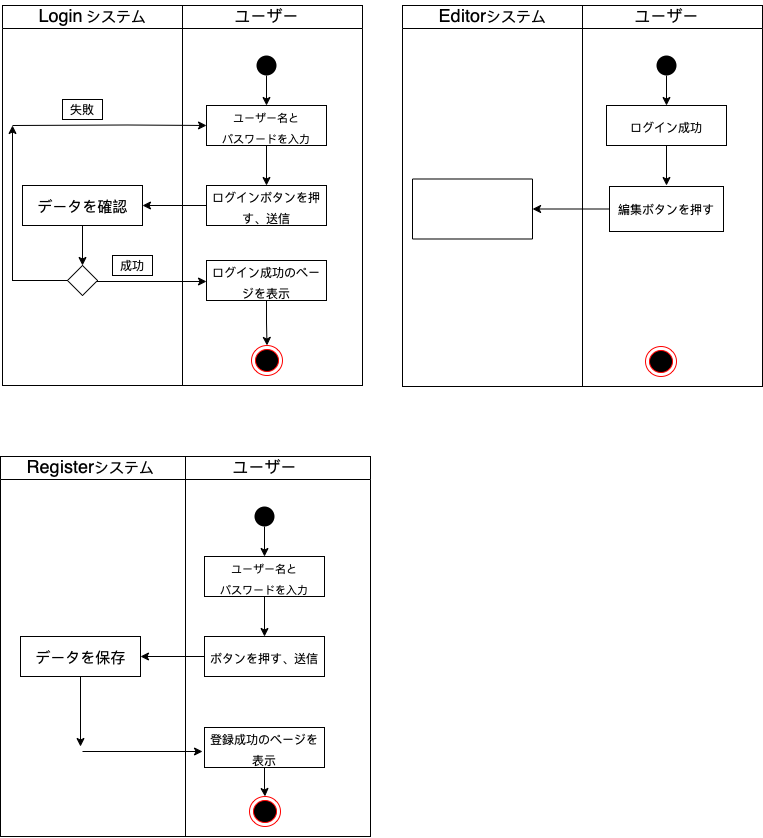
Above: activity.drawio.png in rijiuqiu/NoteBook (draw.io), before the change. Source tidied: cells renumbered, new cells last; positions are measured from the earlier drawing's top-left corner, leaving out a move shared by most shapes.
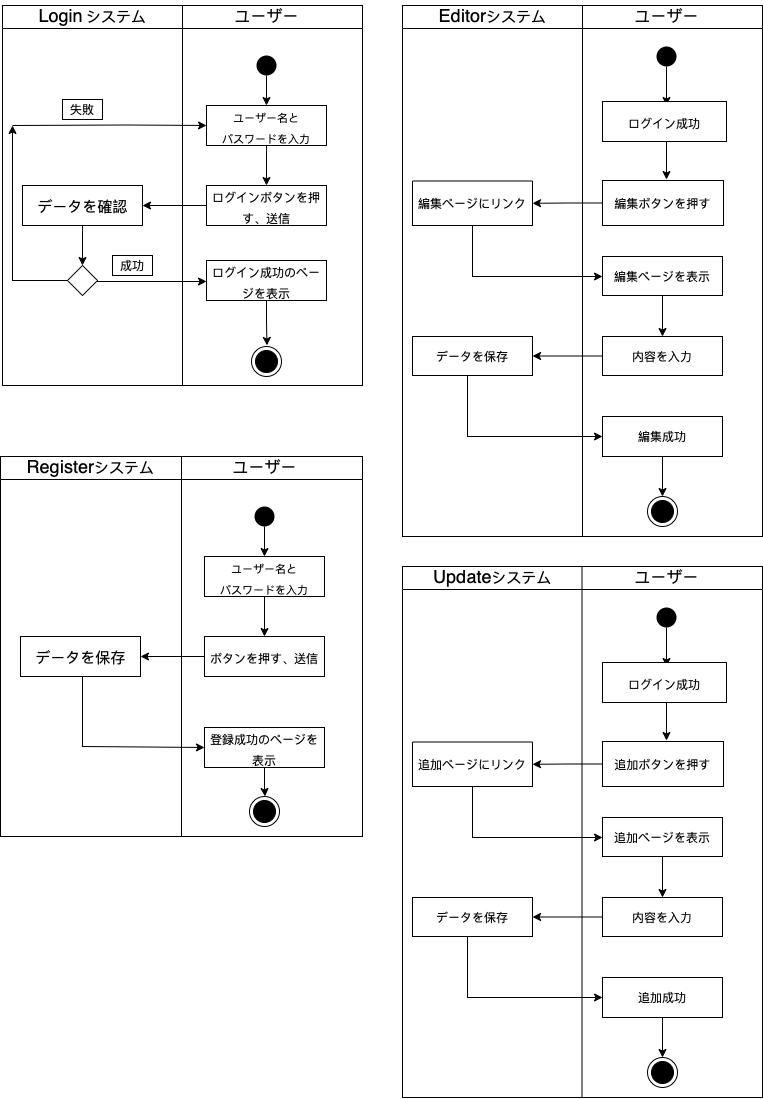
After the commit.

Change to the diagram source:
```diff
@@ -28,8 +28,10 @@
     <mxCell id="9" value="&lt;font style=&quot;font-size: 15px;&quot;&gt;データを確認&lt;/font&gt;" style="html=1;fontFamily=Helvetica;fontSize=18;" parent="2" vertex="1">
       <mxGeometry x="20" y="180" width="120" height="40" as="geometry" />
     </mxCell>
-    <mxCell id="10" style="edgeStyle=orthogonalEdgeStyle;rounded=0;jettySize=auto;html=1;fontFamily=Helvetica;fontSize=12;" parent="2" edge="1" source="11" target="14">
-      <mxGeometry relative="1" as="geometry" />
+    <mxCell id="10" style="edgeStyle=orthogonalEdgeStyle;rounded=0;jettySize=auto;html=1;fontFamily=Helvetica;fontSize=12;" parent="2" edge="1" source="11">
+      <mxGeometry relative="1" as="geometry">
+        <mxPoint x="264.5" y="340" as="targetPoint" />
+      </mxGeometry>
     </mxCell>
     <mxCell id="11" value="&lt;font style=&quot;font-size: 12px;&quot;&gt;ログイン成功のページを表示&lt;/font&gt;" style="whiteSpace=wrap;html=1;fontSize=18;" parent="2" vertex="1">
       <mxGeometry x="204" y="255" width="120" height="40" as="geometry" />
@@ -40,9 +42,6 @@
     <mxCell id="13" value="&lt;p&gt;&lt;font style=&quot;font-size: 12px;&quot;&gt;ログインボタンを押す、送信&lt;/font&gt;&lt;/p&gt;" style="whiteSpace=wrap;html=1;fontSize=18;" parent="2" vertex="1">
       <mxGeometry x="204" y="180" width="120" height="40" as="geometry" />
     </mxCell>
-    <mxCell id="14" style="ellipse;html=1;shape=endState;fillColor=#000000;strokeColor=#ff0000;fontFamily=Helvetica;fontSize=18;" parent="2" vertex="1">
-      <mxGeometry x="249" y="340" width="31" height="30" as="geometry" />
-    </mxCell>
     <mxCell id="15" value="&lt;font style=&quot;font-size: 16px;&quot;&gt;ユーザー&lt;/font&gt;" style="text;html=1;align=center;verticalAlign=middle;strokeColor=none;fillColor=none;fontSize=16;fontFamily=Helvetica;" parent="2" vertex="1">
       <mxGeometry x="224" y="2" width="80" height="20" as="geometry" />
     </mxCell>
@@ -76,11 +75,14 @@
     <mxCell id="21" value="失敗" style="rounded=0;whiteSpace=wrap;html=1;fontFamily=Helvetica;fontSize=12;" parent="2" vertex="1">
       <mxGeometry x="60" y="94" width="40" height="20" as="geometry" />
     </mxCell>
+    <mxCell id="51" style="ellipse;html=1;shape=endState;fillColor=#000000;strokeColor=#000000;fontFamily=Helvetica;fontSize=12;" parent="2" vertex="1">
+      <mxGeometry x="249" y="341" width="30" height="30" as="geometry" />
+    </mxCell>
     <mxCell id="22" style="endArrow=none;html=1;rounded=0;fontFamily=Helvetica;fontSize=21;entryX=0.5;entryY=0;entryDx=0;entryDy=0;exitX=0.5;exitY=1;exitDx=0;exitDy=0;" parent="1" edge="1" source="2" target="2">
       <mxGeometry relative="1" as="geometry" />
     </mxCell>
     <mxCell id="23" style="swimlane;fontFamily=Helvetica;fontSize=21;startSize=23;fontStyle=0;" parent="1" vertex="1">
-      <mxGeometry y="456" width="370" height="380" as="geometry" />
+      <mxGeometry y="456" width="362" height="380" as="geometry" />
     </mxCell>
     <mxCell id="24" value="&lt;font&gt;&lt;font size=&quot;4&quot;&gt;Register&lt;/font&gt;&lt;font style=&quot;font-size: 15px;&quot;&gt;システム&lt;/font&gt;&lt;/font&gt;" style="text;html=1;align=center;verticalAlign=middle;strokeColor=none;fillColor=none;fontSize=21;fontFamily=Helvetica;" parent="23" vertex="1">
       <mxGeometry x="20" y="-5" width="140" height="30" as="geometry" />
@@ -97,16 +99,20 @@
     <mxCell id="28" style="ellipse;fillColor=#000000;strokeColor=none;fontFamily=Helvetica;fontSize=18;" parent="23" vertex="1">
       <mxGeometry x="254" y="50" width="20" height="20" as="geometry" />
     </mxCell>
-    <mxCell id="29" style="edgeStyle=orthogonalEdgeStyle;rounded=0;jettySize=auto;html=1;fontFamily=Helvetica;fontSize=15;" parent="23" edge="1" source="30">
+    <mxCell id="29" style="edgeStyle=orthogonalEdgeStyle;rounded=0;jettySize=auto;html=1;fontFamily=Helvetica;fontSize=15;entryX=0;entryY=0.5;entryDx=0;entryDy=0;" parent="23" edge="1" source="30" target="32">
       <mxGeometry relative="1" as="geometry">
-        <mxPoint x="80" y="290" as="targetPoint" />
+        <Array as="points">
+          <mxPoint x="82" y="290" />
+        </Array>
       </mxGeometry>
     </mxCell>
     <mxCell id="30" value="&lt;font style=&quot;font-size: 15px;&quot;&gt;データを保存&lt;/font&gt;" style="html=1;fontFamily=Helvetica;fontSize=18;" parent="23" vertex="1">
       <mxGeometry x="20" y="180" width="120" height="40" as="geometry" />
     </mxCell>
-    <mxCell id="31" style="edgeStyle=orthogonalEdgeStyle;rounded=0;jettySize=auto;html=1;fontFamily=Helvetica;fontSize=12;" parent="23" edge="1" source="32" target="35">
-      <mxGeometry relative="1" as="geometry" />
+    <mxCell id="31" style="edgeStyle=orthogonalEdgeStyle;rounded=0;jettySize=auto;html=1;fontFamily=Helvetica;fontSize=12;" parent="23" edge="1" source="32">
+      <mxGeometry relative="1" as="geometry">
+        <mxPoint x="264.5" y="340" as="targetPoint" />
+      </mxGeometry>
     </mxCell>
     <mxCell id="32" value="&lt;font style=&quot;font-size: 12px;&quot;&gt;登録成功のページを表示&lt;/font&gt;" style="whiteSpace=wrap;html=1;fontSize=18;" parent="23" vertex="1">
       <mxGeometry x="204" y="271" width="120" height="40" as="geometry" />
@@ -117,47 +123,38 @@
     <mxCell id="34" value="&lt;p&gt;&lt;font style=&quot;font-size: 12px;&quot;&gt;ボタンを押す、送信&lt;/font&gt;&lt;/p&gt;" style="whiteSpace=wrap;html=1;fontSize=18;" parent="23" vertex="1">
       <mxGeometry x="204" y="180" width="120" height="40" as="geometry" />
     </mxCell>
-    <mxCell id="35" style="ellipse;html=1;shape=endState;fillColor=#000000;strokeColor=#ff0000;fontFamily=Helvetica;fontSize=18;" parent="23" vertex="1">
-      <mxGeometry x="249" y="340" width="31" height="30" as="geometry" />
-    </mxCell>
     <mxCell id="36" value="&lt;font style=&quot;font-size: 16px;&quot;&gt;ユーザー&lt;/font&gt;" style="text;html=1;align=center;verticalAlign=middle;strokeColor=none;fillColor=none;fontSize=16;fontFamily=Helvetica;" parent="23" vertex="1">
       <mxGeometry x="224" y="2" width="80" height="20" as="geometry" />
     </mxCell>
-    <mxCell id="37" style="endArrow=classic;html=1;rounded=0;fontFamily=Helvetica;fontSize=12;" parent="23" edge="1">
-      <mxGeometry relative="1" as="geometry">
-        <mxPoint x="82" y="295" as="sourcePoint" />
-        <mxPoint x="202" y="295" as="targetPoint" />
-      </mxGeometry>
-    </mxCell>
+    <mxCell id="52" style="ellipse;html=1;shape=endState;fillColor=#000000;strokeColor=#000000;fontFamily=Helvetica;fontSize=12;" parent="23" vertex="1">
+      <mxGeometry x="249" y="340" width="30" height="30" as="geometry" />
+    </mxCell>
     <mxCell id="38" style="endArrow=none;html=1;rounded=0;fontFamily=Helvetica;fontSize=21;entryX=0.5;entryY=0;entryDx=0;entryDy=0;exitX=0.5;exitY=1;exitDx=0;exitDy=0;" parent="1" edge="1" source="23" target="23">
       <mxGeometry relative="1" as="geometry" />
     </mxCell>
     <mxCell id="39" style="swimlane;fontFamily=Helvetica;fontSize=21;startSize=23;fontStyle=0;" parent="1" vertex="1">
-      <mxGeometry x="402" y="5" width="360" height="381" as="geometry" />
+      <mxGeometry x="402" y="5" width="360" height="531" as="geometry" />
     </mxCell>
     <mxCell id="40" value="&lt;font&gt;&lt;font size=&quot;4&quot;&gt;Editor&lt;/font&gt;&lt;font style=&quot;font-size: 15px;&quot;&gt;システム&lt;/font&gt;&lt;/font&gt;" style="text;html=1;align=center;verticalAlign=middle;strokeColor=none;fillColor=none;fontSize=21;fontFamily=Helvetica;" parent="39" vertex="1">
       <mxGeometry x="30" y="-5" width="120" height="30" as="geometry" />
     </mxCell>
-    <mxCell id="41" style="edgeStyle=orthogonalEdgeStyle;rounded=0;orthogonalLoop=1;jettySize=auto;html=1;fontFamily=Helvetica;fontSize=11;" parent="39" edge="1">
-      <mxGeometry relative="1" as="geometry">
-        <mxPoint x="264" y="140" as="sourcePoint" />
-        <mxPoint x="264" y="180" as="targetPoint" />
-      </mxGeometry>
-    </mxCell>
     <mxCell id="42" style="edgeStyle=orthogonalEdgeStyle;rounded=0;jettySize=auto;html=1;fontFamily=Helvetica;fontSize=18;entryX=0.5;entryY=0;entryDx=0;entryDy=0;" parent="39" edge="1" source="43">
       <mxGeometry relative="1" as="geometry">
         <mxPoint x="264" y="100" as="targetPoint" />
       </mxGeometry>
     </mxCell>
     <mxCell id="43" style="ellipse;fillColor=#000000;strokeColor=none;fontFamily=Helvetica;fontSize=18;" parent="39" vertex="1">
-      <mxGeometry x="254" y="50" width="20" height="20" as="geometry" />
+      <mxGeometry x="254" y="41" width="20" height="20" as="geometry" />
     </mxCell>
+    <mxCell id="53" style="edgeStyle=orthogonalEdgeStyle;rounded=0;orthogonalLoop=1;jettySize=auto;html=1;fontFamily=Helvetica;fontSize=12;" parent="39" edge="1">
+      <mxGeometry relative="1" as="geometry">
+        <mxPoint x="264" y="129" as="sourcePoint" />
+        <mxPoint x="264" y="174" as="targetPoint" />
+      </mxGeometry>
+    </mxCell>
     <mxCell id="44" value="&lt;font style=&quot;font-size: 12px;&quot;&gt;ログイン成功&lt;/font&gt;" style="whiteSpace=wrap;html=1;fontSize=18;" parent="39" vertex="1">
-      <mxGeometry x="204" y="100" width="120" height="40" as="geometry" />
+      <mxGeometry x="200" y="96" width="124" height="40" as="geometry" />
     </mxCell>
-    <mxCell id="45" style="ellipse;html=1;shape=endState;fillColor=#000000;strokeColor=#ff0000;fontFamily=Helvetica;fontSize=18;" parent="39" vertex="1">
-      <mxGeometry x="243" y="341" width="31" height="30" as="geometry" />
-    </mxCell>
     <mxCell id="46" value="&lt;font style=&quot;font-size: 16px;&quot;&gt;ユーザー&lt;/font&gt;" style="text;html=1;align=center;verticalAlign=middle;strokeColor=none;fillColor=none;fontSize=16;fontFamily=Helvetica;" parent="39" vertex="1">
       <mxGeometry x="224" y="2" width="80" height="20" as="geometry" />
     </mxCell>
@@ -165,15 +162,138 @@
       <mxGeometry relative="1" as="geometry" />
     </mxCell>
     <mxCell id="48" value="編集ボタンを押す" style="whiteSpace=wrap;html=1;fontSize=12;align=center;" parent="39" vertex="1">
-      <mxGeometry x="207" y="181" width="114" height="45" as="geometry" />
+      <mxGeometry x="200" y="175" width="121" height="45" as="geometry" />
     </mxCell>
+    <mxCell id="54" style="edgeStyle=orthogonalEdgeStyle;rounded=0;jettySize=auto;html=1;fontFamily=Helvetica;fontSize=12;" parent="39" edge="1" source="49" target="56">
+      <mxGeometry relative="1" as="geometry">
+        <Array as="points">
+          <mxPoint x="70" y="271" />
+        </Array>
+      </mxGeometry>
+    </mxCell>
-    <mxCell id="49" style="whiteSpace=wrap;html=1;" parent="39" vertex="1">
-      <mxGeometry x="10" y="173.5" width="120" height="60" as="geometry" />
+    <mxCell id="49" value="編集ページにリンク" style="whiteSpace=wrap;html=1;" parent="39" vertex="1">
+      <mxGeometry x="10" y="175.5" width="120" height="44.5" as="geometry" />
     </mxCell>
+    <mxCell id="55" style="edgeStyle=orthogonalEdgeStyle;rounded=0;jettySize=auto;html=1;fontFamily=Helvetica;fontSize=12;" parent="39" edge="1" source="56" target="58">
+      <mxGeometry relative="1" as="geometry" />
+    </mxCell>
+    <mxCell id="56" value="編集ページを表示" style="whiteSpace=wrap;html=1;" parent="39" vertex="1">
+      <mxGeometry x="200" y="251" width="120" height="39" as="geometry" />
+    </mxCell>
+    <mxCell id="57" style="edgeStyle=orthogonalEdgeStyle;rounded=0;jettySize=auto;html=1;fontFamily=Helvetica;fontSize=12;" parent="39" edge="1" source="58" target="60">
+      <mxGeometry relative="1" as="geometry" />
+    </mxCell>
+    <mxCell id="58" value="&lt;span style=&quot;white-space: pre;&quot;&gt;&lt;span style=&quot;white-space: pre;&quot;&gt;内容を入力&lt;/span&gt;&lt;/span&gt;" style="whiteSpace=wrap;html=1;" parent="39" vertex="1">
+      <mxGeometry x="200" y="331" width="120" height="39" as="geometry" />
+    </mxCell>
+    <mxCell id="59" style="edgeStyle=orthogonalEdgeStyle;rounded=0;jettySize=auto;html=1;fontFamily=Helvetica;fontSize=12;entryX=0;entryY=0.5;entryDx=0;entryDy=0;" parent="39" edge="1" target="62">
+      <mxGeometry relative="1" as="geometry">
+        <mxPoint x="65" y="360" as="sourcePoint" />
+        <Array as="points">
+          <mxPoint x="65" y="431" />
+        </Array>
+      </mxGeometry>
+    </mxCell>
+    <mxCell id="60" value="データを保存" style="whiteSpace=wrap;html=1;" parent="39" vertex="1">
+      <mxGeometry x="10" y="331" width="120" height="39" as="geometry" />
+    </mxCell>
+    <mxCell id="61" style="edgeStyle=orthogonalEdgeStyle;rounded=0;jettySize=auto;html=1;fontFamily=Helvetica;fontSize=12;" parent="39" edge="1" source="62" target="64">
+      <mxGeometry relative="1" as="geometry" />
+    </mxCell>
+    <mxCell id="62" value="編集成功" style="whiteSpace=wrap;html=1;" parent="39" vertex="1">
+      <mxGeometry x="200" y="411" width="120" height="40" as="geometry" />
+    </mxCell>
+    <mxCell id="63" style="edgeStyle=orthogonalEdgeStyle;rounded=0;orthogonalLoop=1;jettySize=auto;html=1;exitX=0.5;exitY=1;exitDx=0;exitDy=0;fontFamily=Helvetica;fontSize=12;" parent="39" edge="1" source="62" target="62">
+      <mxGeometry relative="1" as="geometry" />
+    </mxCell>
+    <mxCell id="64" style="ellipse;html=1;shape=endState;fillColor=#000000;strokeColor=#000000;fontFamily=Helvetica;fontSize=12;" parent="39" vertex="1">
+      <mxGeometry x="245" y="491" width="30" height="30" as="geometry" />
+    </mxCell>
-    <mxCell id="50" style="endArrow=none;html=1;rounded=0;fontFamily=Helvetica;fontSize=21;entryX=0.5;entryY=0;entryDx=0;entryDy=0;" parent="1" edge="1" target="39">
-      <mxGeometry relative="1" as="geometry">
-        <mxPoint x="582" y="386" as="sourcePoint" />
-      </mxGeometry>
+    <mxCell id="50" style="endArrow=none;html=1;rounded=0;fontFamily=Helvetica;fontSize=21;entryX=0.5;entryY=0;entryDx=0;entryDy=0;exitX=0.5;exitY=1;exitDx=0;exitDy=0;" parent="1" edge="1" source="39" target="39">
+      <mxGeometry relative="1" as="geometry" />
     </mxCell>
+    <mxCell id="65" style="swimlane;fontFamily=Helvetica;fontSize=21;startSize=23;fontStyle=0;" parent="1" vertex="1">
+      <mxGeometry x="402" y="566" width="360" height="531" as="geometry" />
+    </mxCell>
+    <mxCell id="66" value="&lt;font&gt;&lt;font size=&quot;4&quot;&gt;Update&lt;/font&gt;&lt;font style=&quot;font-size: 15px;&quot;&gt;システム&lt;/font&gt;&lt;/font&gt;" style="text;html=1;align=center;verticalAlign=middle;strokeColor=none;fillColor=none;fontSize=21;fontFamily=Helvetica;" parent="65" vertex="1">
+      <mxGeometry x="25" y="-5" width="130" height="30" as="geometry" />
+    </mxCell>
+    <mxCell id="67" style="edgeStyle=orthogonalEdgeStyle;rounded=0;jettySize=auto;html=1;fontFamily=Helvetica;fontSize=18;entryX=0.5;entryY=0;entryDx=0;entryDy=0;" parent="65" edge="1" source="68">
+      <mxGeometry relative="1" as="geometry">
+        <mxPoint x="264" y="100" as="targetPoint" />
+      </mxGeometry>
+    </mxCell>
+    <mxCell id="68" style="ellipse;fillColor=#000000;strokeColor=none;fontFamily=Helvetica;fontSize=18;" parent="65" vertex="1">
+      <mxGeometry x="254" y="41" width="20" height="20" as="geometry" />
+    </mxCell>
+    <mxCell id="69" style="edgeStyle=orthogonalEdgeStyle;rounded=0;orthogonalLoop=1;jettySize=auto;html=1;fontFamily=Helvetica;fontSize=12;" parent="65" edge="1">
+      <mxGeometry relative="1" as="geometry">
+        <mxPoint x="264" y="129" as="sourcePoint" />
+        <mxPoint x="264" y="174" as="targetPoint" />
+      </mxGeometry>
+    </mxCell>
+    <mxCell id="70" value="&lt;font style=&quot;font-size: 12px;&quot;&gt;ログイン成功&lt;/font&gt;" style="whiteSpace=wrap;html=1;fontSize=18;" parent="65" vertex="1">
+      <mxGeometry x="200" y="96" width="124" height="40" as="geometry" />
+    </mxCell>
+    <mxCell id="71" value="&lt;font style=&quot;font-size: 16px;&quot;&gt;ユーザー&lt;/font&gt;" style="text;html=1;align=center;verticalAlign=middle;strokeColor=none;fillColor=none;fontSize=16;fontFamily=Helvetica;" parent="65" vertex="1">
+      <mxGeometry x="224" y="2" width="80" height="20" as="geometry" />
+    </mxCell>
+    <mxCell id="72" style="edgeStyle=orthogonalEdgeStyle;rounded=0;jettySize=auto;html=1;fontFamily=Helvetica;fontSize=12;" parent="65" edge="1" source="73" target="75">
+      <mxGeometry relative="1" as="geometry" />
+    </mxCell>
+    <mxCell id="73" value="追加ボタンを押す" style="whiteSpace=wrap;html=1;fontSize=12;align=center;" parent="65" vertex="1">
+      <mxGeometry x="200" y="175" width="121" height="45" as="geometry" />
+    </mxCell>
+    <mxCell id="74" style="edgeStyle=orthogonalEdgeStyle;rounded=0;jettySize=auto;html=1;fontFamily=Helvetica;fontSize=12;" parent="65" edge="1" source="75" target="77">
+      <mxGeometry relative="1" as="geometry">
+        <Array as="points">
+          <mxPoint x="70" y="271" />
+        </Array>
+      </mxGeometry>
+    </mxCell>
+    <mxCell id="75" value="追加ページにリンク" style="whiteSpace=wrap;html=1;" parent="65" vertex="1">
+      <mxGeometry x="10" y="175.5" width="120" height="44.5" as="geometry" />
+    </mxCell>
+    <mxCell id="76" style="edgeStyle=orthogonalEdgeStyle;rounded=0;jettySize=auto;html=1;fontFamily=Helvetica;fontSize=12;" parent="65" edge="1" source="77" target="79">
+      <mxGeometry relative="1" as="geometry" />
+    </mxCell>
+    <mxCell id="77" value="追加ページを表示" style="whiteSpace=wrap;html=1;" parent="65" vertex="1">
+      <mxGeometry x="200" y="251" width="120" height="39" as="geometry" />
+    </mxCell>
+    <mxCell id="78" style="edgeStyle=orthogonalEdgeStyle;rounded=0;jettySize=auto;html=1;fontFamily=Helvetica;fontSize=12;" parent="65" edge="1" source="79" target="81">
+      <mxGeometry relative="1" as="geometry" />
+    </mxCell>
+    <mxCell id="79" value="&lt;span style=&quot;white-space: pre;&quot;&gt;&lt;span style=&quot;white-space: pre;&quot;&gt;内容を入力&lt;/span&gt;&lt;/span&gt;" style="whiteSpace=wrap;html=1;" parent="65" vertex="1">
+      <mxGeometry x="200" y="331" width="120" height="39" as="geometry" />
+    </mxCell>
+    <mxCell id="80" style="edgeStyle=orthogonalEdgeStyle;rounded=0;jettySize=auto;html=1;fontFamily=Helvetica;fontSize=12;entryX=0;entryY=0.5;entryDx=0;entryDy=0;" parent="65" edge="1" target="83">
+      <mxGeometry relative="1" as="geometry">
+        <mxPoint x="65" y="360" as="sourcePoint" />
+        <Array as="points">
+          <mxPoint x="65" y="431" />
+        </Array>
+      </mxGeometry>
+    </mxCell>
+    <mxCell id="81" value="データを保存" style="whiteSpace=wrap;html=1;" parent="65" vertex="1">
+      <mxGeometry x="10" y="331" width="120" height="39" as="geometry" />
+    </mxCell>
+    <mxCell id="82" style="edgeStyle=orthogonalEdgeStyle;rounded=0;jettySize=auto;html=1;fontFamily=Helvetica;fontSize=12;" parent="65" edge="1" source="83" target="85">
+      <mxGeometry relative="1" as="geometry" />
+    </mxCell>
+    <mxCell id="83" value="追加成功" style="whiteSpace=wrap;html=1;" parent="65" vertex="1">
+      <mxGeometry x="200" y="411" width="120" height="40" as="geometry" />
+    </mxCell>
+    <mxCell id="84" style="edgeStyle=orthogonalEdgeStyle;rounded=0;orthogonalLoop=1;jettySize=auto;html=1;exitX=0.5;exitY=1;exitDx=0;exitDy=0;fontFamily=Helvetica;fontSize=12;" parent="65" edge="1" source="83" target="83">
+      <mxGeometry relative="1" as="geometry" />
+    </mxCell>
+    <mxCell id="85" style="ellipse;html=1;shape=endState;fillColor=#000000;strokeColor=#000000;fontFamily=Helvetica;fontSize=12;" parent="65" vertex="1">
+      <mxGeometry x="245" y="491" width="30" height="30" as="geometry" />
+    </mxCell>
+    <mxCell id="86" style="endArrow=none;html=1;rounded=0;fontFamily=Helvetica;fontSize=21;entryX=0.5;entryY=0;entryDx=0;entryDy=0;exitX=0.5;exitY=1;exitDx=0;exitDy=0;" parent="65" edge="1">
+      <mxGeometry relative="1" as="geometry">
+        <mxPoint x="179.5" y="531" as="sourcePoint" />
+        <mxPoint x="179.5" as="targetPoint" />
+      </mxGeometry>
+    </mxCell>
   </root>
 </mxGraphModel>
```
